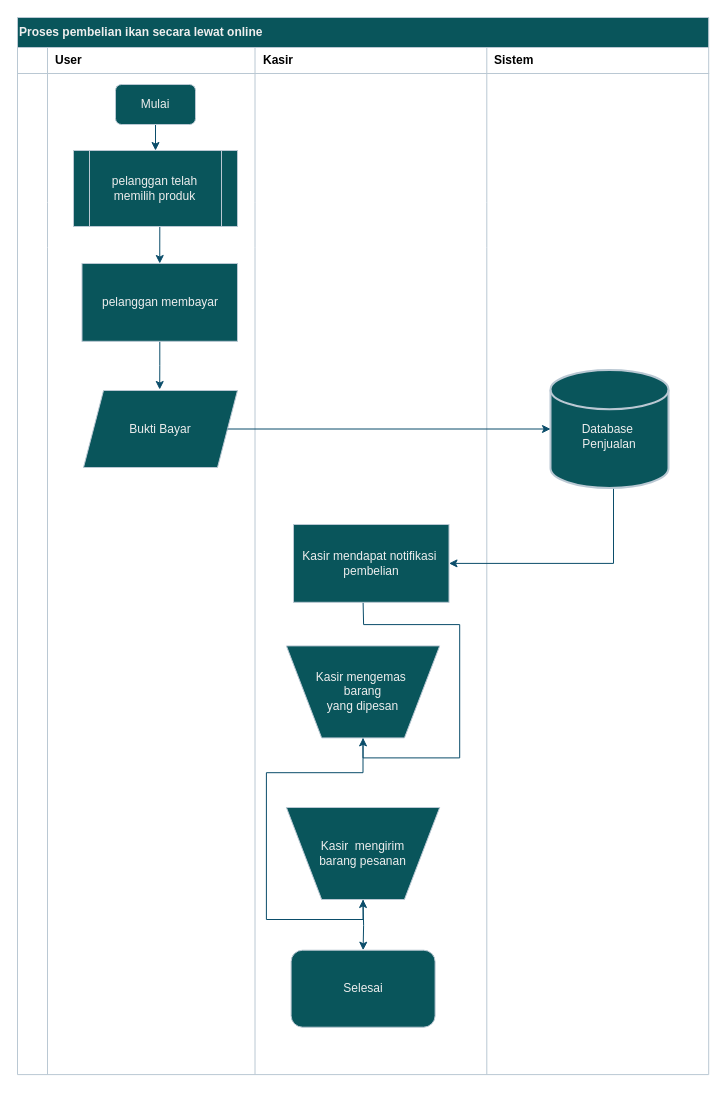
Above: beli onlien.drawio in shinoaaa/drawio (draw.io), before the change. Source tidied: cells renumbered, new cells numbered last; positions are measured from the earlier drawing's top-left corner, leaving out a move shared by most shapes. Both pictures are drawn from the tidied source at 100%, with x=0, y=0 at pixel (17, 17).
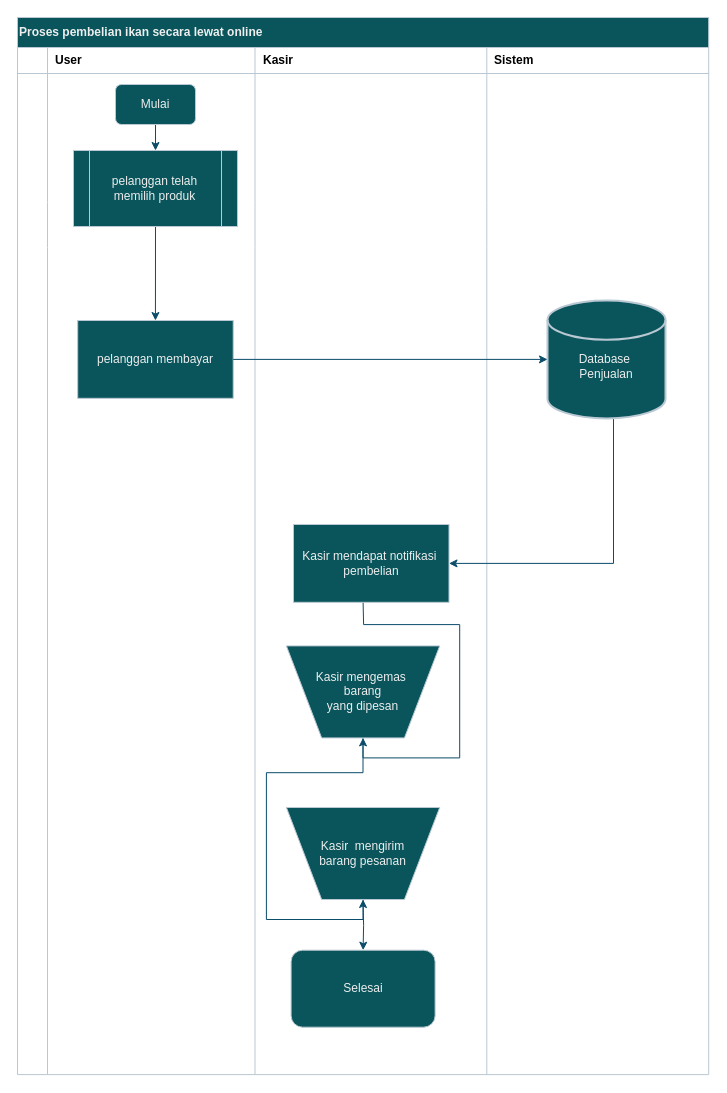
Above is the later version.

Change to the diagram source:
```diff
@@
-    <mxCell id="26" value="Bukti Bayar" style="shape=parallelogram;perimeter=parallelogramPerimeter;whiteSpace=wrap;html=1;fixedSize=1;strokeColor=#BAC8D3;fontColor=#EEEEEE;fillColor=#09555B;labelBackgroundColor=none;" parent="1" vertex="1">
-      <mxGeometry x="66" y="373" width="154" height="77" as="geometry" />
-    </mxCell>
@@
-    <mxCell id="31" style="edgeStyle=orthogonalEdgeStyle;rounded=0;jettySize=auto;html=1;entryX=0.5;entryY=0;entryDx=0;entryDy=0;labelBackgroundColor=none;strokeColor=#0B4D6A;fontColor=default;" parent="1" edge="1" source="32">
-      <mxGeometry relative="1" as="geometry">
-        <mxPoint x="142.2" y="372" as="targetPoint" />
-      </mxGeometry>
-    </mxCell>
     <mxCell id="32" value="pelanggan membayar" style="rounded=0;whiteSpace=wrap;html=1;strokeColor=#BAC8D3;fontColor=#EEEEEE;fillColor=#09555B;labelBackgroundColor=none;" parent="1" vertex="1">
-      <mxGeometry x="64.5" y="246" width="155.5" height="77.8" as="geometry" />
+      <mxGeometry x="60.2" y="303" width="155.5" height="77.8" as="geometry" />
     </mxCell>
@@
     <mxCell id="36" value="&lt;div&gt;&lt;br&gt;&lt;/div&gt;Database&amp;nbsp;&lt;div&gt;Penjualan&lt;/div&gt;" style="strokeWidth=2;html=1;shape=mxgraph.flowchart.database;whiteSpace=wrap;labelBackgroundColor=none;fillColor=#09555B;strokeColor=#BAC8D3;fontColor=#EEEEEE;" parent="1" vertex="1">
-      <mxGeometry x="533" y="352.5" width="118" height="118" as="geometry" />
+      <mxGeometry x="530" y="282.9" width="118" height="118" as="geometry" />
     </mxCell>
-    <mxCell id="37" style="edgeStyle=orthogonalEdgeStyle;rounded=0;jettySize=auto;html=1;entryX=0;entryY=0.5;entryDx=0;entryDy=0;entryPerimeter=0;strokeColor=#0B4D6A;labelBackgroundColor=none;fontColor=default;" parent="1" edge="1" source="26" target="36">
-      <mxGeometry relative="1" as="geometry" />
-    </mxCell>
@@
+    <mxCell id="40" style="edgeStyle=orthogonalEdgeStyle;rounded=0;jettySize=auto;html=1;entryX=0;entryY=0.5;entryDx=0;entryDy=0;entryPerimeter=0;labelBackgroundColor=none;strokeColor=#0B4D6A;fontColor=default;" parent="1" edge="1" source="32" target="36">
+      <mxGeometry relative="1" as="geometry" />
+    </mxCell>
```
